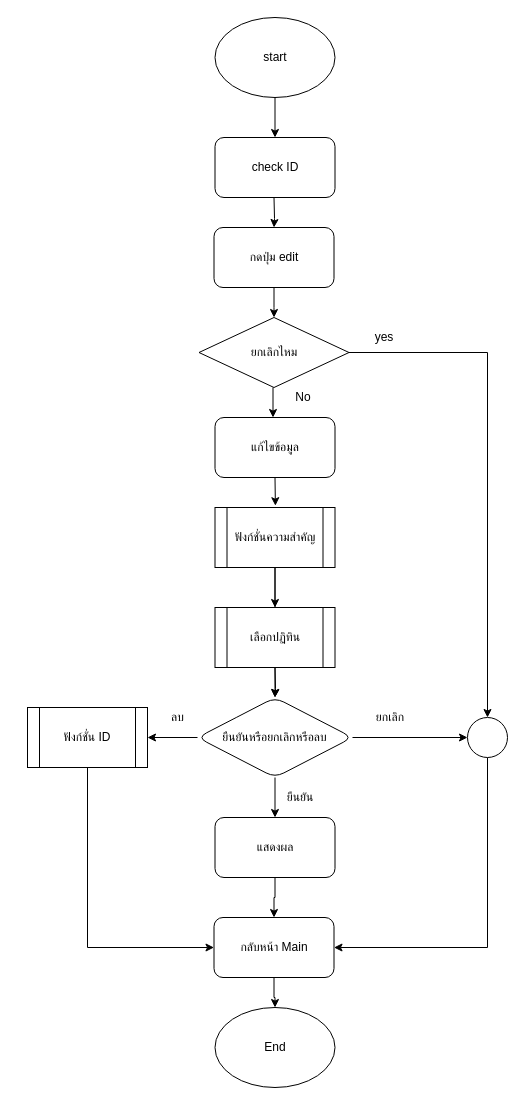
Putthima/PSIT_Project_2020 keeps this draw.io diagram as page "function update" (3 of 8) of prototype.drawio. Above is the earlier version. Source tidied: cells renumbered, new cells numbered last; positions are measured from the earlier drawing's top-left corner, leaving out a move shared by most shapes. Both pictures are drawn from the tidied source at 100%, with x=0, y=0 at pixel (27, 17).
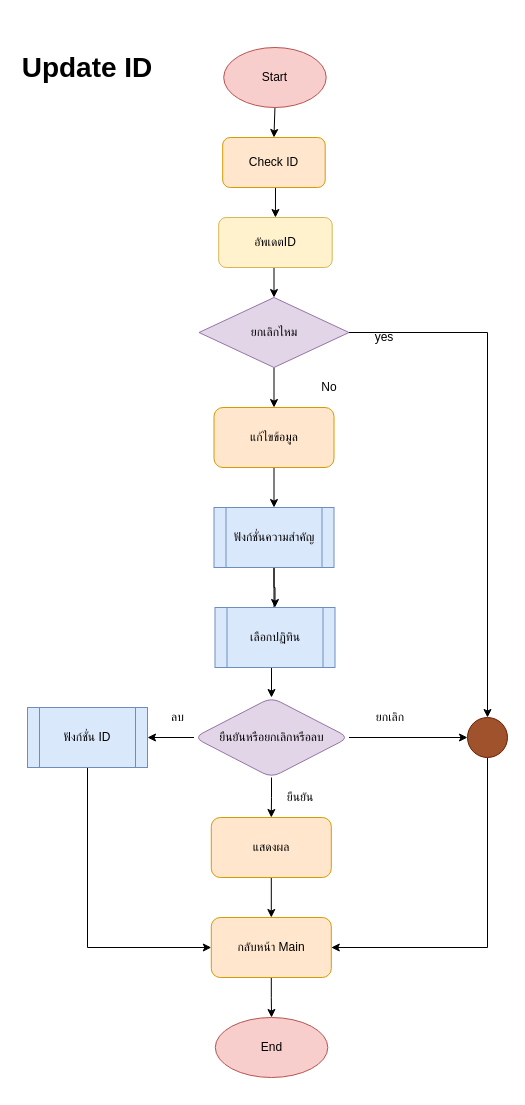
After the change.

Diff of the diagram source:
```diff
@@
-    <mxCell id="2" style="edgeStyle=orthogonalEdgeStyle;rounded=0;jettySize=auto;html=1;" parent="1" edge="1" target="4">
-      <mxGeometry relative="1" as="geometry">
-        <mxPoint x="246.5" y="180" as="sourcePoint" />
-      </mxGeometry>
-    </mxCell>
-    <mxCell id="3" style="edgeStyle=orthogonalEdgeStyle;rounded=0;jettySize=auto;html=1;" parent="1" edge="1" source="4">
-      <mxGeometry relative="1" as="geometry">
-        <mxPoint x="246.5" y="300" as="targetPoint" />
-      </mxGeometry>
-    </mxCell>
+    <mxCell id="37" style="edgeStyle=orthogonalEdgeStyle;rounded=0;jettySize=auto;html=1;exitX=0.5;exitY=1;exitDx=0;exitDy=0;entryX=0.5;entryY=0;entryDx=0;entryDy=0;" parent="1" edge="1" source="4" target="12">
+      <mxGeometry relative="1" as="geometry" />
+    </mxCell>
-    <mxCell id="4" value="กดปุ่ม edit" style="rounded=1;whiteSpace=wrap;html=1;" parent="1" vertex="1">
-      <mxGeometry x="186.5" y="210" width="120" height="60" as="geometry" />
+    <mxCell id="4" value="อัพเดตID" style="rounded=1;whiteSpace=wrap;html=1;fillColor=#fff2cc;strokeColor=#d6b656;" parent="1" vertex="1">
+      <mxGeometry x="191.2" y="200" width="113.5" height="50" as="geometry" />
     </mxCell>
-    <mxCell id="5" style="edgeStyle=orthogonalEdgeStyle;rounded=0;orthogonalLoop=1;jettySize=auto;html=1;exitX=0.5;exitY=1;exitDx=0;exitDy=0;entryX=0.587;entryY=-0.03;entryDx=0;entryDy=0;entryPerimeter=0;" parent="1" edge="1">
-      <mxGeometry relative="1" as="geometry">
-        <mxPoint x="247.5" y="460" as="sourcePoint" />
-        <mxPoint x="247.9" y="488.2" as="targetPoint" />
-      </mxGeometry>
-    </mxCell>
@@
-    <mxCell id="8" value="ฟังก์ชั่นความสำคัญ" style="shape=process;whiteSpace=wrap;html=1;backgroundOutline=1;" parent="1" vertex="1">
-      <mxGeometry x="187.5" y="490" width="120" height="60" as="geometry" />
+    <mxCell id="8" value="ฟังก์ชั่นความสำคัญ" style="shape=process;whiteSpace=wrap;html=1;backgroundOutline=1;fillColor=#dae8fc;strokeColor=#6c8ebf;" parent="1" vertex="1">
+      <mxGeometry x="186.5" y="490" width="120" height="60" as="geometry" />
     </mxCell>
-    <mxCell id="9" value="เลือกปฏิทิน" style="shape=process;whiteSpace=wrap;html=1;backgroundOutline=1;" parent="1" vertex="1">
+    <mxCell id="9" value="เลือกปฏิทิน" style="shape=process;whiteSpace=wrap;html=1;backgroundOutline=1;fillColor=#dae8fc;strokeColor=#6c8ebf;" parent="1" vertex="1">
       <mxGeometry x="187.5" y="590" width="120" height="60" as="geometry" />
     </mxCell>
-    <mxCell id="10" style="edgeStyle=orthogonalEdgeStyle;rounded=0;jettySize=auto;html=1;" parent="1" edge="1" target="20">
-      <mxGeometry relative="1" as="geometry">
-        <mxPoint x="247.5" y="650" as="sourcePoint" />
-      </mxGeometry>
-    </mxCell>
@@
+    <mxCell id="38" style="edgeStyle=orthogonalEdgeStyle;rounded=0;jettySize=auto;html=1;exitX=0.5;exitY=1;exitDx=0;exitDy=0;entryX=0.5;entryY=0;entryDx=0;entryDy=0;" parent="1" edge="1" source="12" target="30">
+      <mxGeometry relative="1" as="geometry" />
+    </mxCell>
-    <mxCell id="12" value="ยกเลิกไหม" style="rhombus;whiteSpace=wrap;html=1;" parent="1" vertex="1">
-      <mxGeometry x="171.5" y="300" width="150" height="70" as="geometry" />
+    <mxCell id="12" value="ยกเลิกไหม" style="rhombus;whiteSpace=wrap;html=1;fillColor=#e1d5e7;strokeColor=#9673a6;" parent="1" vertex="1">
+      <mxGeometry x="171.5" y="280" width="150" height="70" as="geometry" />
     </mxCell>
@@
-    <mxCell id="14" style="edgeStyle=orthogonalEdgeStyle;rounded=0;orthogonalLoop=1;jettySize=auto;html=1;" parent="1" edge="1">
-      <mxGeometry relative="1" as="geometry">
-        <mxPoint x="245.5" y="370" as="sourcePoint" />
-        <mxPoint x="245.5" y="400" as="targetPoint" />
-      </mxGeometry>
-    </mxCell>
@@
     <mxCell id="16" value="No" style="text;html=1;strokeColor=none;fillColor=none;align=center;verticalAlign=middle;whiteSpace=wrap;rounded=0;" parent="1" vertex="1">
-      <mxGeometry x="255.5" y="370" width="40" height="20" as="geometry" />
+      <mxGeometry x="281.5" y="360" width="40" height="20" as="geometry" />
     </mxCell>
-    <mxCell id="17" style="edgeStyle=orthogonalEdgeStyle;rounded=0;jettySize=auto;html=1;" parent="1" edge="1" source="20" target="22">
-      <mxGeometry relative="1" as="geometry" />
-    </mxCell>
-    <mxCell id="18" style="edgeStyle=orthogonalEdgeStyle;rounded=0;jettySize=auto;html=1;exitX=0;exitY=0.5;exitDx=0;exitDy=0;entryX=1;entryY=0.5;entryDx=0;entryDy=0;fontSize=12;fontColor=#FF3333;" parent="1" edge="1" source="20" target="33">
+    <mxCell id="18" style="edgeStyle=orthogonalEdgeStyle;rounded=0;jettySize=auto;html=1;exitX=0;exitY=0.5;exitDx=0;exitDy=0;entryX=1;entryY=0.5;entryDx=0;entryDy=0;" parent="1" edge="1" source="20" target="33">
       <mxGeometry relative="1" as="geometry" />
     </mxCell>
-    <mxCell id="19" style="edgeStyle=orthogonalEdgeStyle;rounded=0;jettySize=auto;html=1;exitX=1;exitY=0.5;exitDx=0;exitDy=0;entryX=0;entryY=0.5;entryDx=0;entryDy=0;fontSize=12;fontColor=#FF3333;" parent="1" edge="1" source="20" target="35">
+    <mxCell id="19" style="edgeStyle=orthogonalEdgeStyle;rounded=0;jettySize=auto;html=1;exitX=1;exitY=0.5;exitDx=0;exitDy=0;entryX=0;entryY=0.5;entryDx=0;entryDy=0;" parent="1" edge="1" source="20" target="35">
       <mxGeometry relative="1" as="geometry" />
     </mxCell>
+    <mxCell id="17" style="edgeStyle=orthogonalEdgeStyle;rounded=0;jettySize=auto;html=1;exitX=0.5;exitY=1;exitDx=0;exitDy=0;entryX=0.5;entryY=0;entryDx=0;entryDy=0;" parent="1" edge="1" source="20" target="22">
+      <mxGeometry relative="1" as="geometry" />
+    </mxCell>
-    <mxCell id="20" value="ยืนยันหรือยกเลิกหรือลบ" style="rhombus;whiteSpace=wrap;html=1;rounded=1;" parent="1" vertex="1">
-      <mxGeometry x="170" y="680" width="155" height="80" as="geometry" />
+    <mxCell id="20" value="ยืนยันหรือยกเลิกหรือลบ" style="rhombus;whiteSpace=wrap;html=1;rounded=1;fillColor=#e1d5e7;strokeColor=#9673a6;" parent="1" vertex="1">
+      <mxGeometry x="166.5" y="680" width="155" height="80" as="geometry" />
     </mxCell>
-    <mxCell id="21" style="edgeStyle=orthogonalEdgeStyle;rounded=0;jettySize=auto;html=1;exitX=0.5;exitY=1;exitDx=0;exitDy=0;entryX=0.5;entryY=0;entryDx=0;entryDy=0;fontSize=12;fontColor=#FF3333;" parent="1" edge="1" source="22" target="26">
+    <mxCell id="21" style="edgeStyle=orthogonalEdgeStyle;rounded=0;jettySize=auto;html=1;exitX=0.5;exitY=1;exitDx=0;exitDy=0;entryX=0.5;entryY=0;entryDx=0;entryDy=0;" parent="1" edge="1" source="22" target="26">
       <mxGeometry relative="1" as="geometry" />
     </mxCell>
-    <mxCell id="22" value="แสดงผล" style="whiteSpace=wrap;html=1;rounded=1;" parent="1" vertex="1">
-      <mxGeometry x="187.5" y="800" width="120" height="60" as="geometry" />
+    <mxCell id="22" value="แสดงผล" style="whiteSpace=wrap;html=1;rounded=1;fillColor=#ffe6cc;strokeColor=#d79b00;" parent="1" vertex="1">
+      <mxGeometry x="183.8" y="800" width="120" height="60" as="geometry" />
     </mxCell>
@@
-    <mxCell id="26" value="กลับหน้า Main" style="rounded=1;whiteSpace=wrap;html=1;" parent="1" vertex="1">
-      <mxGeometry x="186.5" y="900" width="120" height="60" as="geometry" />
+    <mxCell id="26" value="กลับหน้า Main" style="rounded=1;whiteSpace=wrap;html=1;fillColor=#ffe6cc;strokeColor=#d79b00;" parent="1" vertex="1">
+      <mxGeometry x="183.8" y="900" width="120" height="60" as="geometry" />
     </mxCell>
-    <mxCell id="27" value="End" style="ellipse;whiteSpace=wrap;html=1;rounded=1;" parent="1" vertex="1">
-      <mxGeometry x="187.5" y="990" width="120" height="80" as="geometry" />
+    <mxCell id="27" value="End" style="ellipse;whiteSpace=wrap;html=1;rounded=1;fillColor=#f8cecc;strokeColor=#b85450;" parent="1" vertex="1">
+      <mxGeometry x="187.8" y="1000" width="112.5" height="60" as="geometry" />
     </mxCell>
-    <mxCell id="28" style="edgeStyle=orthogonalEdgeStyle;rounded=0;jettySize=auto;html=1;fontSize=12;fontColor=#FF3333;" parent="1" edge="1" source="29" target="31">
+    <mxCell id="28" style="edgeStyle=orthogonalEdgeStyle;rounded=0;jettySize=auto;html=1;exitX=0.5;exitY=1;exitDx=0;exitDy=0;entryX=0.5;entryY=0;entryDx=0;entryDy=0;" parent="1" edge="1" source="29" target="31">
       <mxGeometry relative="1" as="geometry" />
     </mxCell>
-    <mxCell id="29" value="start" style="ellipse;whiteSpace=wrap;html=1;" parent="1" vertex="1">
-      <mxGeometry x="187.5" width="120" height="80" as="geometry" />
+    <mxCell id="29" value="Start" style="ellipse;whiteSpace=wrap;html=1;fillColor=#f8cecc;strokeColor=#b85450;" parent="1" vertex="1">
+      <mxGeometry x="196.2" y="30" width="102.5" height="60" as="geometry" />
     </mxCell>
+    <mxCell id="39" style="edgeStyle=orthogonalEdgeStyle;rounded=0;jettySize=auto;html=1;exitX=0.5;exitY=1;exitDx=0;exitDy=0;entryX=0.5;entryY=0;entryDx=0;entryDy=0;" parent="1" edge="1" source="30" target="8">
+      <mxGeometry relative="1" as="geometry" />
+    </mxCell>
-    <mxCell id="30" value="&lt;font color=&quot;#000000&quot;&gt;แก้ไขข้อมูล&lt;/font&gt;" style="rounded=1;whiteSpace=wrap;html=1;fontSize=12;fontColor=#FF3333;" parent="1" vertex="1">
-      <mxGeometry x="187.5" y="400" width="120" height="60" as="geometry" />
+    <mxCell id="30" value="&lt;font color=&quot;#000000&quot;&gt;แก้ไขข้อมูล&lt;/font&gt;" style="rounded=1;whiteSpace=wrap;html=1;fontSize=12;fillColor=#ffe6cc;strokeColor=#d79b00;" parent="1" vertex="1">
+      <mxGeometry x="186.5" y="390" width="120" height="60" as="geometry" />
     </mxCell>
+    <mxCell id="40" style="edgeStyle=orthogonalEdgeStyle;rounded=0;jettySize=auto;html=1;exitX=0.5;exitY=1;exitDx=0;exitDy=0;entryX=0.5;entryY=0;entryDx=0;entryDy=0;" parent="1" edge="1" source="31" target="4">
+      <mxGeometry relative="1" as="geometry" />
+    </mxCell>
-    <mxCell id="31" value="&lt;font color=&quot;#000000&quot;&gt;check ID&lt;/font&gt;" style="rounded=1;whiteSpace=wrap;html=1;fontSize=12;fontColor=#FF3333;" parent="1" vertex="1">
-      <mxGeometry x="187.5" y="120" width="120" height="60" as="geometry" />
+    <mxCell id="31" value="&lt;font color=&quot;#000000&quot;&gt;Check ID&lt;/font&gt;" style="rounded=1;whiteSpace=wrap;html=1;fontSize=12;fillColor=#ffe6cc;strokeColor=#d79b00;" parent="1" vertex="1">
+      <mxGeometry x="195.2" y="120" width="102.5" height="50" as="geometry" />
     </mxCell>
@@
-    <mxCell id="33" value="&lt;font color=&quot;#000000&quot;&gt;ฟังก์ชั่น ID&lt;/font&gt;" style="shape=process;whiteSpace=wrap;html=1;backgroundOutline=1;fontSize=12;fontColor=#FF3333;" parent="1" vertex="1">
+    <mxCell id="33" value="&lt;font color=&quot;#000000&quot;&gt;ฟังก์ชั่น ID&lt;/font&gt;" style="shape=process;whiteSpace=wrap;html=1;backgroundOutline=1;fontSize=12;fillColor=#dae8fc;strokeColor=#6c8ebf;" parent="1" vertex="1">
       <mxGeometry y="690" width="120" height="60" as="geometry" />
     </mxCell>
@@
-    <mxCell id="35" style="ellipse;whiteSpace=wrap;html=1;fontSize=12;fontColor=#FF3333;" parent="1" vertex="1">
+    <mxCell id="35" style="ellipse;whiteSpace=wrap;html=1;fontSize=12;fontColor=#ffffff;fillColor=#a0522d;strokeColor=#6D1F00;" parent="1" vertex="1">
       <mxGeometry x="440" y="700" width="40" height="40" as="geometry" />
     </mxCell>
@@
+    <mxCell id="41" value="&lt;span style=&quot;font-size: 28px&quot;&gt;&lt;b&gt;Update ID&lt;/b&gt;&lt;/span&gt;" style="text;html=1;strokeColor=none;fillColor=none;align=center;verticalAlign=middle;whiteSpace=wrap;rounded=0;" parent="1" vertex="1">
+      <mxGeometry x="-10" y="20" width="140" height="60" as="geometry" />
+    </mxCell>
```
